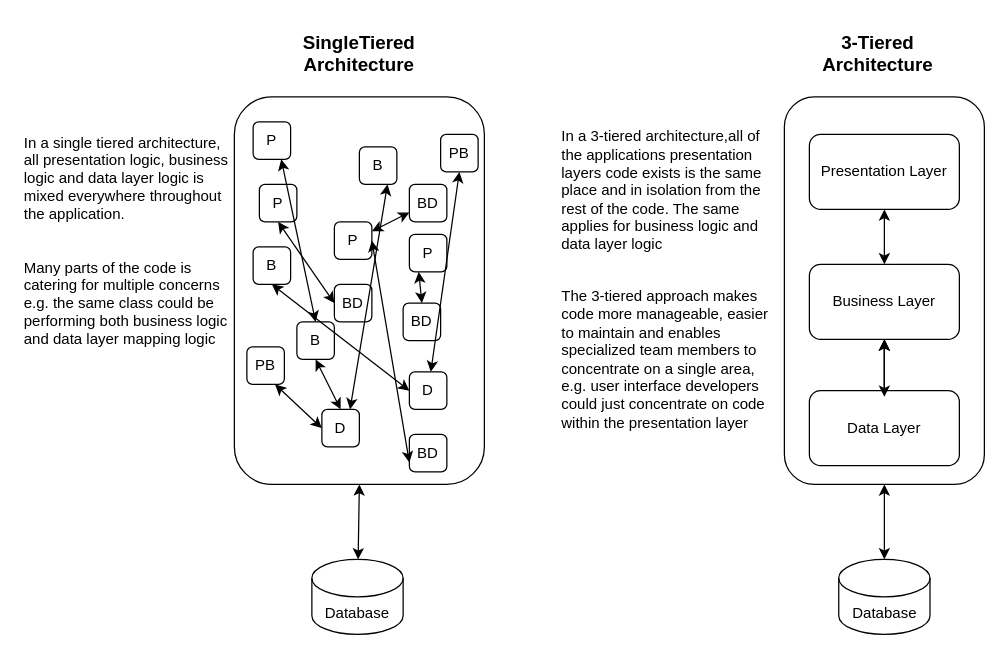
Before: Untitled Diagram.drawio in kerrystack/msc-project, a draw.io diagram. Source tidied: cells renumbered, new cells numbered last; positions are measured from the earlier drawing's top-left corner, leaving out a move shared by most shapes. Both pictures are drawn from the tidied source at 125%, with x=0, y=0 at pixel (21, 21).
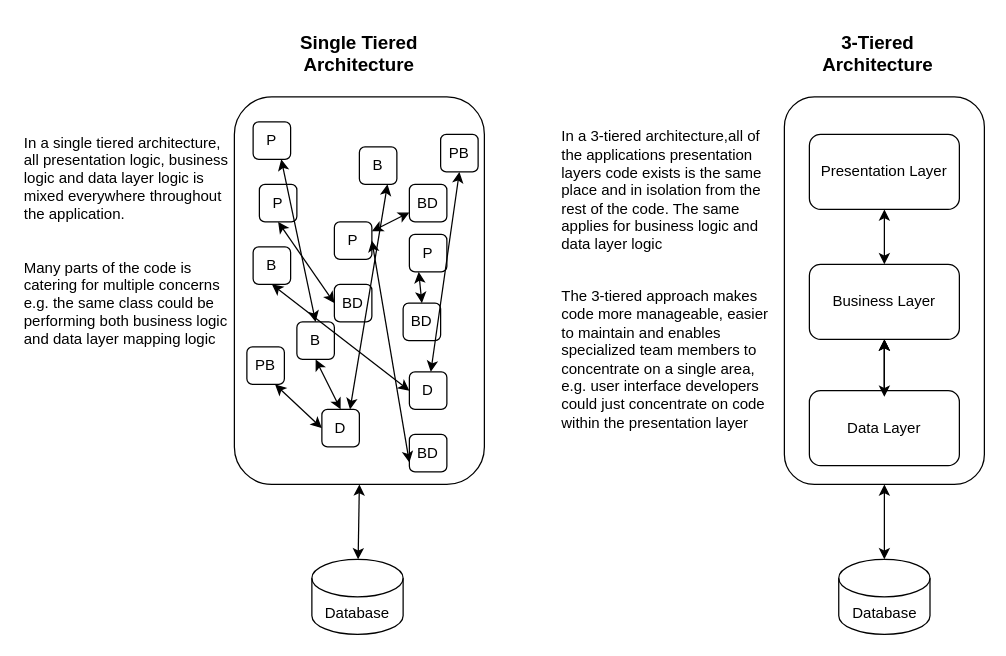
The same page after the edit.

The edit, as a diff of the source:
```diff
@@
-    <mxCell id="13" value="&lt;font style=&quot;font-size: 15px;&quot;&gt;SingleTiered Architecture&lt;/font&gt;" style="text;html=1;strokeColor=none;fillColor=none;align=center;verticalAlign=middle;whiteSpace=wrap;rounded=0;fontStyle=1;" parent="1" vertex="1">
+    <mxCell id="13" value="&lt;font style=&quot;font-size: 15px;&quot;&gt;Single Tiered Architecture&lt;/font&gt;" style="text;html=1;strokeColor=none;fillColor=none;align=center;verticalAlign=middle;whiteSpace=wrap;rounded=0;fontStyle=1;" parent="1" vertex="1">
       <mxGeometry x="215" width="110" height="50" as="geometry" />
     </mxCell>
```
